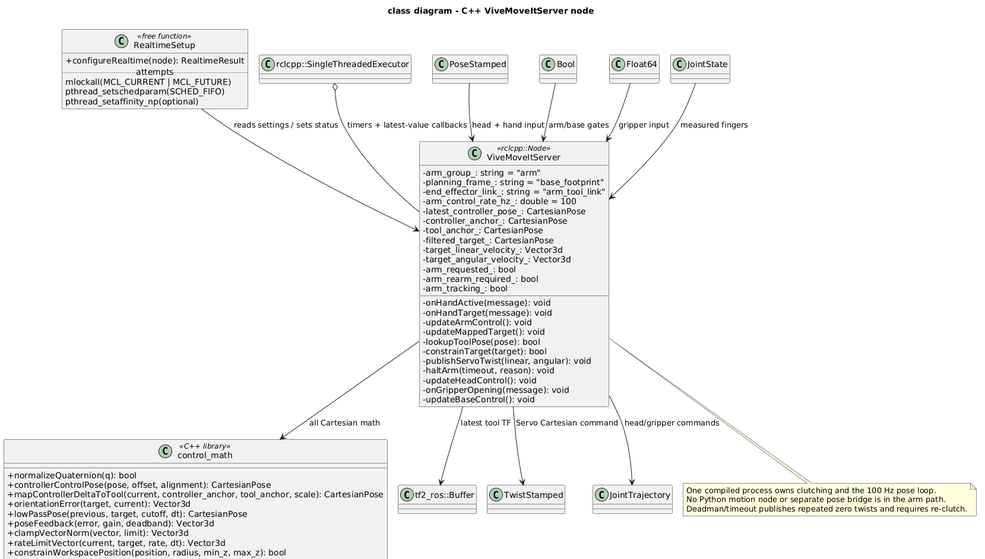
Earlier version of the PlantUML export docs/architecture/class/moveit_server/vive-moveit-server-node.png (ichores-research/vive_teleop).
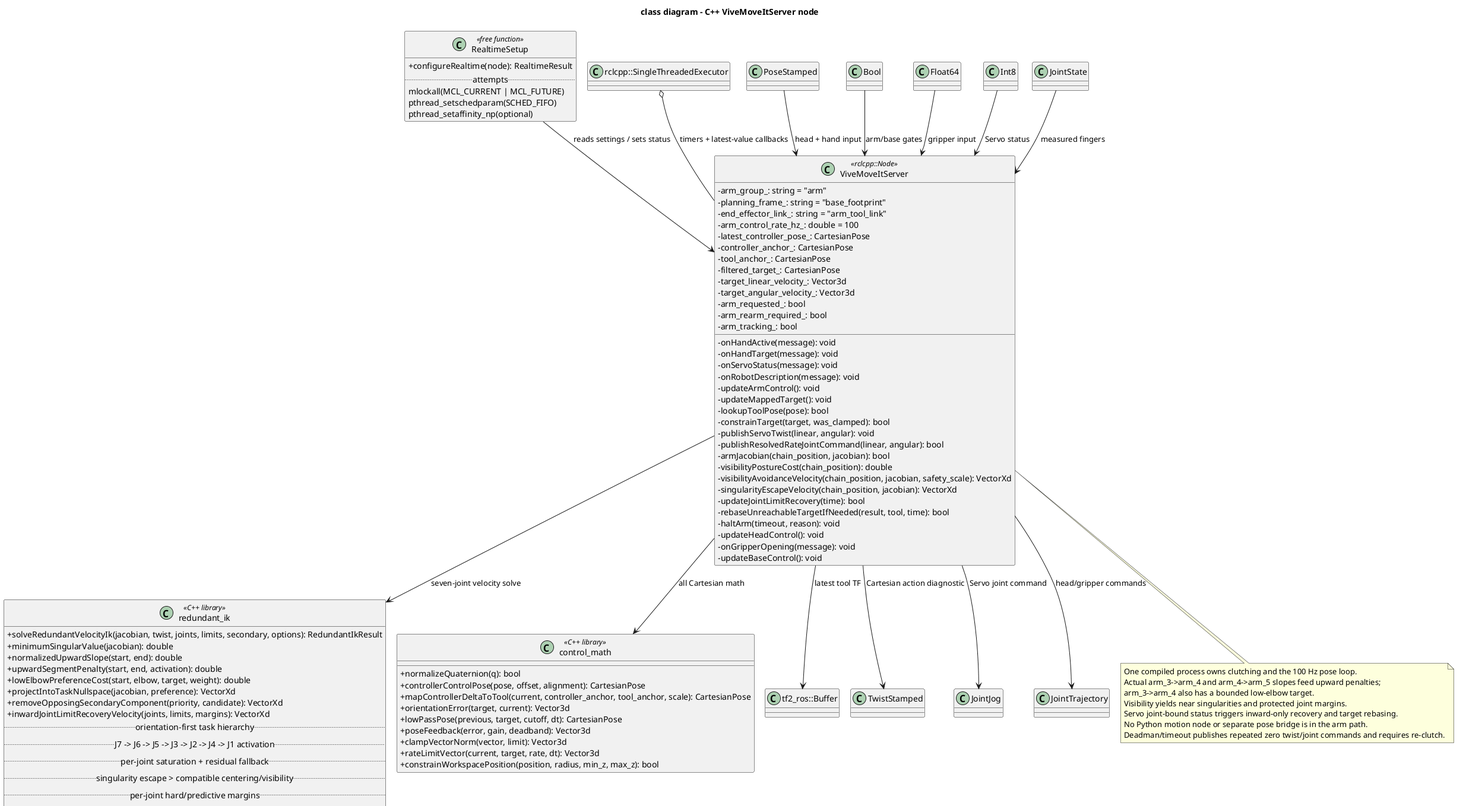
The same diagram one commit later.

The edit, as a diff of the source:
```diff
@@ -22,15 +22,40 @@
   -arm_tracking_: bool
   -onHandActive(message): void
   -onHandTarget(message): void
+  -onServoStatus(message): void
+  -onRobotDescription(message): void
   -updateArmControl(): void
   -updateMappedTarget(): void
   -lookupToolPose(pose): bool
-  -constrainTarget(target): bool
+  -constrainTarget(target, was_clamped): bool
   -publishServoTwist(linear, angular): void
+  -publishResolvedRateJointCommand(linear, angular): bool
+  -armJacobian(chain_position, jacobian): bool
+  -visibilityPostureCost(chain_position): double
+  -visibilityAvoidanceVelocity(chain_position, jacobian, safety_scale): VectorXd
+  -singularityEscapeVelocity(chain_position, jacobian): VectorXd
+  -updateJointLimitRecovery(time): bool
+  -rebaseUnreachableTargetIfNeeded(result, tool, time): bool
   -haltArm(timeout, reason): void
   -updateHeadControl(): void
   -onGripperOpening(message): void
   -updateBaseControl(): void
+}
+
+class "redundant_ik" as RedundantIK <<C++ library>> {
+  +solveRedundantVelocityIk(jacobian, twist, joints, limits, secondary, options): RedundantIkResult
+  +minimumSingularValue(jacobian): double
+  +normalizedUpwardSlope(start, end): double
+  +upwardSegmentPenalty(start, end, activation): double
+  +lowElbowPreferenceCost(start, elbow, target, weight): double
+  +projectIntoTaskNullspace(jacobian, preference): VectorXd
+  +removeOpposingSecondaryComponent(priority, candidate): VectorXd
+  +inwardJointLimitRecoveryVelocity(joints, limits, margins): VectorXd
+  .. orientation-first task hierarchy ..
+  .. J7 -> J6 -> J5 -> J3 -> J2 -> J4 -> J1 activation ..
+  .. per-joint saturation + residual fallback ..
+  .. singularity escape > compatible centering/visibility ..
+  .. per-joint hard/predictive margins ..
 }
 
 class "control_math" as ControlMath <<C++ library>> {
@@ -57,26 +82,35 @@
 class "rclcpp::SingleThreadedExecutor" as Executor
 class PoseStamped
 class TwistStamped
+class JointJog
 class JointTrajectory
 class Bool
 class Float64
+class Int8
 class JointState
 
 ViveMoveItServer --> ControlMath : all Cartesian math
+ViveMoveItServer --> RedundantIK : seven-joint velocity solve
 ViveMoveItServer --> Buffer : latest tool TF
 RealtimeSetup --> ViveMoveItServer : reads settings / sets status
 Executor o-- ViveMoveItServer : timers + latest-value callbacks
 PoseStamped --> ViveMoveItServer : head + hand input
 Bool --> ViveMoveItServer : arm/base gates
 Float64 --> ViveMoveItServer : gripper input
+Int8 --> ViveMoveItServer : Servo status
 JointState --> ViveMoveItServer : measured fingers
-ViveMoveItServer --> TwistStamped : Servo Cartesian command
+ViveMoveItServer --> TwistStamped : Cartesian action diagnostic
+ViveMoveItServer --> JointJog : Servo joint command
 ViveMoveItServer --> JointTrajectory : head/gripper commands
 
 note bottom of ViveMoveItServer
   One compiled process owns clutching and the 100 Hz pose loop.
+  Actual arm_3->arm_4 and arm_4->arm_5 slopes feed upward penalties;
+  arm_3->arm_4 also has a bounded low-elbow target.
+  Visibility yields near singularities and protected joint margins.
+  Servo joint-bound status triggers inward-only recovery and target rebasing.
   No Python motion node or separate pose bridge is in the arm path.
-  Deadman/timeout publishes repeated zero twists and requires re-clutch.
+  Deadman/timeout publishes repeated zero twist/joint commands and requires re-clutch.
 end note
 
 @enduml
```
